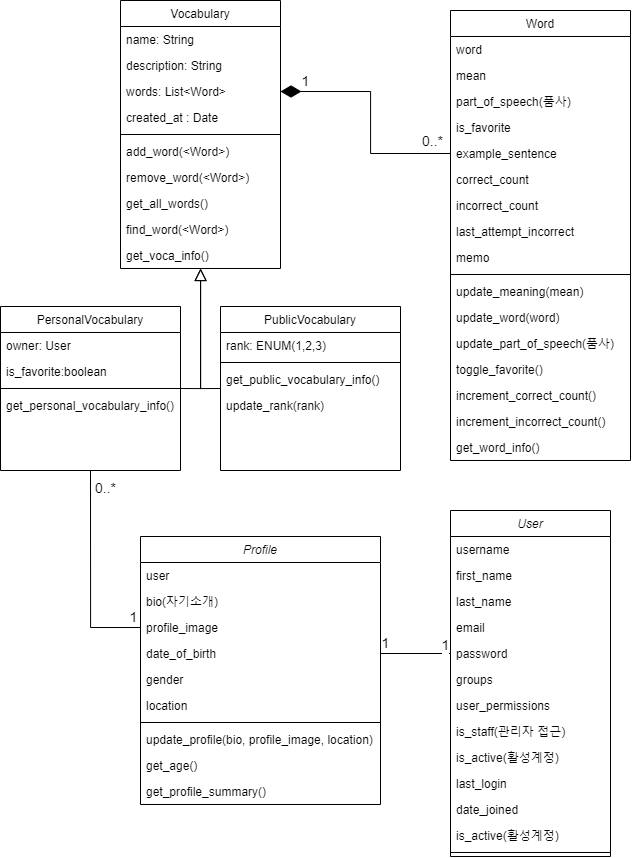
Earlier version of the draw.io export ClassDiagram.png (LJHgithub2/ToiecVocaTestWeb). Source tidied: cells renumbered, new cells last; positions are measured from the earlier drawing's top-left corner, leaving out a move shared by most shapes.
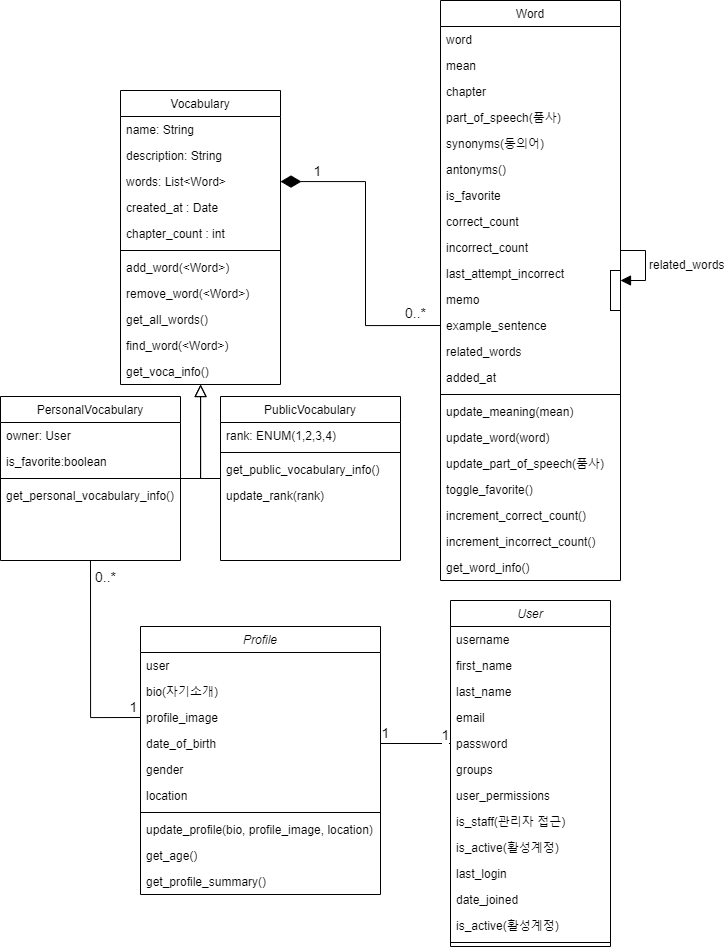
The same diagram one commit later.

What changed in the source:
```diff
@@ -59,7 +59,7 @@
       <mxGeometry relative="1" as="geometry" />
     </mxCell>
     <mxCell id="18" value="Vocabulary" style="swimlane;fontStyle=0;align=center;verticalAlign=top;horizontal=1;startSize=26;rounded=0;shadow=0;strokeWidth=1;" parent="1" vertex="1">
-      <mxGeometry x="120" width="160" height="268" as="geometry" />
+      <mxGeometry x="120" width="160" height="294" as="geometry" />
     </mxCell>
     <mxCell id="19" value="name: String" style="text;align=left;verticalAlign=top;spacingLeft=4;spacingRight=4;overflow=hidden;" parent="18" vertex="1">
       <mxGeometry y="26" width="160" height="26" as="geometry" />
@@ -73,28 +73,31 @@
     <mxCell id="22" value="created_at : Date" style="text;align=left;verticalAlign=top;spacingLeft=4;spacingRight=4;overflow=hidden;rounded=0;shadow=0;html=0;" parent="18" vertex="1">
       <mxGeometry y="104" width="160" height="26" as="geometry" />
     </mxCell>
+    <mxCell id="77" value="chapter_count : int" style="text;align=left;verticalAlign=top;spacingLeft=4;spacingRight=4;overflow=hidden;rounded=0;shadow=0;html=0;" parent="18" vertex="1">
+      <mxGeometry y="130" width="160" height="26" as="geometry" />
+    </mxCell>
     <mxCell id="23" style="line;html=1;strokeWidth=1;align=left;verticalAlign=middle;spacingTop=-1;spacingLeft=3;spacingRight=3;labelPosition=right;" parent="18" vertex="1">
-      <mxGeometry y="130" width="160" height="8" as="geometry" />
+      <mxGeometry y="156" width="160" height="8" as="geometry" />
     </mxCell>
     <mxCell id="24" value="add_word(&lt;Word&gt;)" style="text;align=left;verticalAlign=top;spacingLeft=4;spacingRight=4;overflow=hidden;rounded=0;shadow=0;html=0;" parent="18" vertex="1">
-      <mxGeometry y="138" width="160" height="26" as="geometry" />
+      <mxGeometry y="164" width="160" height="26" as="geometry" />
     </mxCell>
     <mxCell id="25" value="remove_word(&lt;Word&gt;)" style="text;align=left;verticalAlign=top;spacingLeft=4;spacingRight=4;overflow=hidden;rounded=0;shadow=0;html=0;" parent="18" vertex="1">
-      <mxGeometry y="164" width="160" height="26" as="geometry" />
+      <mxGeometry y="190" width="160" height="26" as="geometry" />
     </mxCell>
     <mxCell id="26" value="get_all_words()" style="text;align=left;verticalAlign=top;spacingLeft=4;spacingRight=4;overflow=hidden;rounded=0;shadow=0;html=0;" parent="18" vertex="1">
-      <mxGeometry y="190" width="160" height="26" as="geometry" />
+      <mxGeometry y="216" width="160" height="26" as="geometry" />
     </mxCell>
     <mxCell id="27" value="find_word(&lt;Word&gt;)" style="text;align=left;verticalAlign=top;spacingLeft=4;spacingRight=4;overflow=hidden;rounded=0;shadow=0;html=0;" parent="18" vertex="1">
-      <mxGeometry y="216" width="160" height="26" as="geometry" />
+      <mxGeometry y="242" width="160" height="26" as="geometry" />
     </mxCell>
     <mxCell id="28" value="get_voca_info()" style="text;align=left;verticalAlign=top;spacingLeft=4;spacingRight=4;overflow=hidden;rounded=0;shadow=0;html=0;" parent="18" vertex="1">
-      <mxGeometry y="242" width="160" height="26" as="geometry" />
+      <mxGeometry y="268" width="160" height="26" as="geometry" />
     </mxCell>
     <mxCell id="29" value="PublicVocabulary" style="swimlane;fontStyle=0;align=center;verticalAlign=top;horizontal=1;startSize=26;rounded=0;shadow=0;strokeWidth=1;" parent="1" vertex="1">
       <mxGeometry x="220" y="306" width="180" height="164" as="geometry" />
     </mxCell>
-    <mxCell id="30" value="rank: ENUM(1,2,3)" style="text;align=left;verticalAlign=top;spacingLeft=4;spacingRight=4;overflow=hidden;" parent="29" vertex="1">
+    <mxCell id="30" value="rank: ENUM(1,2,3,4)" style="text;align=left;verticalAlign=top;spacingLeft=4;spacingRight=4;overflow=hidden;" parent="29" vertex="1">
       <mxGeometry y="26" width="180" height="26" as="geometry" />
     </mxCell>
     <mxCell id="31" style="line;html=1;strokeWidth=1;align=left;verticalAlign=middle;spacingTop=-1;spacingLeft=3;spacingRight=3;labelPosition=right;" parent="29" vertex="1">
@@ -107,7 +110,7 @@
       <mxGeometry y="86" width="180" height="26" as="geometry" />
     </mxCell>
     <mxCell id="34" value="Word" style="swimlane;fontStyle=0;align=center;verticalAlign=top;horizontal=1;startSize=26;rounded=0;shadow=0;strokeWidth=1;" parent="1" vertex="1">
-      <mxGeometry x="450" y="10" width="180" height="450" as="geometry" />
+      <mxGeometry x="440" y="-90" width="180" height="580" as="geometry" />
     </mxCell>
     <mxCell id="35" value="word" style="text;align=left;verticalAlign=top;spacingLeft=4;spacingRight=4;overflow=hidden;rounded=0;shadow=0;html=0;" parent="34" vertex="1">
       <mxGeometry y="26" width="180" height="26" as="geometry" />
@@ -115,50 +118,65 @@
     <mxCell id="36" value="mean" style="text;align=left;verticalAlign=top;spacingLeft=4;spacingRight=4;overflow=hidden;rounded=0;shadow=0;html=0;" parent="34" vertex="1">
       <mxGeometry y="52" width="180" height="26" as="geometry" />
     </mxCell>
+    <mxCell id="78" value="chapter" style="text;align=left;verticalAlign=top;spacingLeft=4;spacingRight=4;overflow=hidden;rounded=0;shadow=0;html=0;" parent="34" vertex="1">
+      <mxGeometry y="78" width="180" height="26" as="geometry" />
+    </mxCell>
     <mxCell id="37" value="part_of_speech(품사)" style="text;align=left;verticalAlign=top;spacingLeft=4;spacingRight=4;overflow=hidden;rounded=0;shadow=0;html=0;" parent="34" vertex="1">
-      <mxGeometry y="78" width="180" height="26" as="geometry" />
+      <mxGeometry y="104" width="180" height="26" as="geometry" />
     </mxCell>
+    <mxCell id="79" value="synonyms(동의어)" style="text;align=left;verticalAlign=top;spacingLeft=4;spacingRight=4;overflow=hidden;rounded=0;shadow=0;html=0;" parent="34" vertex="1">
+      <mxGeometry y="130" width="180" height="26" as="geometry" />
+    </mxCell>
+    <mxCell id="80" value="antonyms()" style="text;align=left;verticalAlign=top;spacingLeft=4;spacingRight=4;overflow=hidden;rounded=0;shadow=0;html=0;" parent="34" vertex="1">
+      <mxGeometry y="156" width="180" height="26" as="geometry" />
+    </mxCell>
     <mxCell id="38" value="is_favorite" style="text;align=left;verticalAlign=top;spacingLeft=4;spacingRight=4;overflow=hidden;rounded=0;shadow=0;html=0;" parent="34" vertex="1">
-      <mxGeometry y="104" width="180" height="26" as="geometry" />
+      <mxGeometry y="182" width="180" height="26" as="geometry" />
     </mxCell>
-    <mxCell id="39" value="example_sentence" style="text;align=left;verticalAlign=top;spacingLeft=4;spacingRight=4;overflow=hidden;points=[[0,0.5],[1,0.5]];portConstraint=eastwest;rounded=0;shadow=0;html=0;" parent="34" vertex="1">
-      <mxGeometry y="130" width="180" height="26" as="geometry" />
-    </mxCell>
     <mxCell id="40" value="correct_count" style="text;align=left;verticalAlign=top;spacingLeft=4;spacingRight=4;overflow=hidden;rounded=0;shadow=0;html=0;" parent="34" vertex="1">
-      <mxGeometry y="156" width="180" height="26" as="geometry" />
+      <mxGeometry y="208" width="180" height="26" as="geometry" />
     </mxCell>
     <mxCell id="41" value="incorrect_count" style="text;align=left;verticalAlign=top;spacingLeft=4;spacingRight=4;overflow=hidden;points=[[0,0.5],[1,0.5]];portConstraint=eastwest;rounded=0;shadow=0;html=0;" parent="34" vertex="1">
-      <mxGeometry y="182" width="180" height="26" as="geometry" />
+      <mxGeometry y="234" width="180" height="26" as="geometry" />
     </mxCell>
     <mxCell id="42" value="last_attempt_incorrect" style="text;align=left;verticalAlign=top;spacingLeft=4;spacingRight=4;overflow=hidden;rounded=0;shadow=0;html=0;" parent="34" vertex="1">
-      <mxGeometry y="208" width="180" height="26" as="geometry" />
+      <mxGeometry y="260" width="180" height="26" as="geometry" />
     </mxCell>
     <mxCell id="43" value="memo" style="text;align=left;verticalAlign=top;spacingLeft=4;spacingRight=4;overflow=hidden;rounded=0;shadow=0;html=0;" parent="34" vertex="1">
-      <mxGeometry y="234" width="180" height="26" as="geometry" />
+      <mxGeometry y="286" width="180" height="26" as="geometry" />
     </mxCell>
+    <mxCell id="39" value="example_sentence" style="text;align=left;verticalAlign=top;spacingLeft=4;spacingRight=4;overflow=hidden;points=[[0,0.5],[1,0.5]];portConstraint=eastwest;rounded=0;shadow=0;html=0;" parent="34" vertex="1">
+      <mxGeometry y="312" width="180" height="26" as="geometry" />
+    </mxCell>
+    <mxCell id="81" value="related_words" style="text;align=left;verticalAlign=top;spacingLeft=4;spacingRight=4;overflow=hidden;rounded=0;shadow=0;html=0;" parent="34" vertex="1">
+      <mxGeometry y="338" width="180" height="26" as="geometry" />
+    </mxCell>
+    <mxCell id="82" value="added_at" style="text;align=left;verticalAlign=top;spacingLeft=4;spacingRight=4;overflow=hidden;rounded=0;shadow=0;html=0;" parent="34" vertex="1">
+      <mxGeometry y="364" width="180" height="26" as="geometry" />
+    </mxCell>
     <mxCell id="44" style="line;html=1;strokeWidth=1;align=left;verticalAlign=middle;spacingTop=-1;spacingLeft=3;spacingRight=3;labelPosition=right;" parent="34" vertex="1">
-      <mxGeometry y="260" width="180" height="8" as="geometry" />
+      <mxGeometry y="390" width="180" height="8" as="geometry" />
     </mxCell>
     <mxCell id="45" value="update_meaning(mean)" style="text;align=left;verticalAlign=top;spacingLeft=4;spacingRight=4;overflow=hidden;rounded=0;shadow=0;html=0;" parent="34" vertex="1">
-      <mxGeometry y="268" width="180" height="26" as="geometry" />
+      <mxGeometry y="398" width="180" height="26" as="geometry" />
     </mxCell>
     <mxCell id="46" value="update_word(word)" style="text;align=left;verticalAlign=top;spacingLeft=4;spacingRight=4;overflow=hidden;rounded=0;shadow=0;html=0;" parent="34" vertex="1">
-      <mxGeometry y="294" width="180" height="26" as="geometry" />
+      <mxGeometry y="424" width="180" height="26" as="geometry" />
     </mxCell>
     <mxCell id="47" value="update_part_of_speech(품사)" style="text;align=left;verticalAlign=top;spacingLeft=4;spacingRight=4;overflow=hidden;rounded=0;shadow=0;html=0;" parent="34" vertex="1">
-      <mxGeometry y="320" width="180" height="26" as="geometry" />
+      <mxGeometry y="450" width="180" height="26" as="geometry" />
     </mxCell>
     <mxCell id="48" value="toggle_favorite()" style="text;align=left;verticalAlign=top;spacingLeft=4;spacingRight=4;overflow=hidden;rounded=0;shadow=0;html=0;" parent="34" vertex="1">
-      <mxGeometry y="346" width="180" height="26" as="geometry" />
+      <mxGeometry y="476" width="180" height="26" as="geometry" />
     </mxCell>
     <mxCell id="49" value="increment_correct_count()" style="text;align=left;verticalAlign=top;spacingLeft=4;spacingRight=4;overflow=hidden;rounded=0;shadow=0;html=0;" parent="34" vertex="1">
-      <mxGeometry y="372" width="180" height="26" as="geometry" />
+      <mxGeometry y="502" width="180" height="26" as="geometry" />
     </mxCell>
     <mxCell id="50" value="increment_incorrect_count()" style="text;align=left;verticalAlign=top;spacingLeft=4;spacingRight=4;overflow=hidden;rounded=0;shadow=0;html=0;" parent="34" vertex="1">
-      <mxGeometry y="398" width="180" height="26" as="geometry" />
+      <mxGeometry y="528" width="180" height="26" as="geometry" />
     </mxCell>
     <mxCell id="51" value="get_word_info()" style="text;align=left;verticalAlign=top;spacingLeft=4;spacingRight=4;overflow=hidden;rounded=0;shadow=0;html=0;" parent="34" vertex="1">
-      <mxGeometry y="424" width="180" height="26" as="geometry" />
+      <mxGeometry y="554" width="180" height="26" as="geometry" />
     </mxCell>
     <mxCell id="52" value="PersonalVocabulary" style="swimlane;fontStyle=0;align=center;verticalAlign=top;horizontal=1;startSize=26;rounded=0;shadow=0;strokeWidth=1;" parent="1" vertex="1">
       <mxGeometry y="306" width="180" height="164" as="geometry" />
@@ -243,5 +261,16 @@
         <mxPoint x="-5" y="-14" as="offset" />
       </mxGeometry>
     </mxCell>
+    <mxCell id="83" style="html=1;points=[[0,0,0,0,5],[0,1,0,0,-5],[1,0,0,0,5],[1,1,0,0,-5]];perimeter=orthogonalPerimeter;outlineConnect=0;targetShapes=umlLifeline;portConstraint=eastwest;newEdgeStyle={&quot;curved&quot;:0,&quot;rounded&quot;:0};" parent="1" vertex="1">
+      <mxGeometry x="610" y="180" width="10" height="40" as="geometry" />
+    </mxCell>
+    <mxCell id="84" value="related_words" style="html=1;align=left;spacingLeft=2;endArrow=block;rounded=0;edgeStyle=orthogonalEdgeStyle;curved=0;rounded=0;fontSize=12;startSize=8;endSize=8;" parent="1" edge="1" source="41" target="83">
+      <mxGeometry relative="1" as="geometry">
+        <Array as="points">
+          <mxPoint x="645" y="160" />
+          <mxPoint x="645" y="190" />
+        </Array>
+      </mxGeometry>
+    </mxCell>
   </root>
 </mxGraphModel>
```
